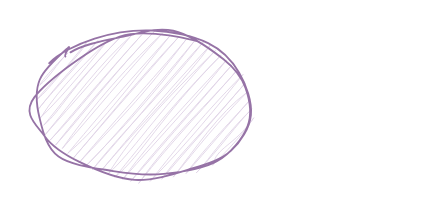
Earlier version of the draw.io diagram MetaHumanRuntimeEditor/UML.drawio (json-jcc/Notes). Source tidied: cells renumbered, new cells numbered last; positions are measured from the earlier drawing's top-left corner, leaving out a move shared by most shapes. Both pictures are drawn from the tidied source at 183%, with x=0, y=0 at pixel (31, 31).
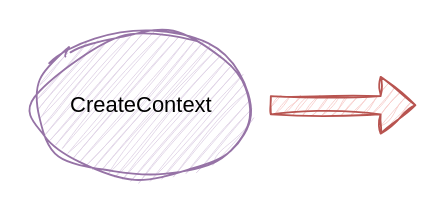
Above is the later version.

What changed in the source:
```diff
@@
 <mxGraphModel>
   <root>
     <mxCell id="0" />
     <mxCell id="1" parent="0" />
-    <mxCell id="2" style="ellipse;whiteSpace=wrap;html=1;fillColor=#e1d5e7;strokeColor=#9673a6;sketch=1;curveFitting=1;jiggle=2;" parent="1" vertex="1">
+    <mxCell id="2" value="CreateContext" style="ellipse;whiteSpace=wrap;html=1;fillColor=#e1d5e7;strokeColor=#9673a6;sketch=1;curveFitting=1;jiggle=2;" parent="1" vertex="1">
       <mxGeometry width="120" height="80" as="geometry" />
     </mxCell>
+    <mxCell id="3" style="shape=flexArrow;endArrow=classic;html=1;rounded=0;sketch=1;curveFitting=1;jiggle=2;shadow=0;fillColor=#f8cecc;strokeColor=#b85450;" parent="1" edge="1">
+      <mxGeometry relative="1" as="geometry">
+        <mxPoint x="130" y="40" as="sourcePoint" />
+        <mxPoint x="210" y="40" as="targetPoint" />
+      </mxGeometry>
+    </mxCell>
   </root>
 </mxGraphModel>
```
